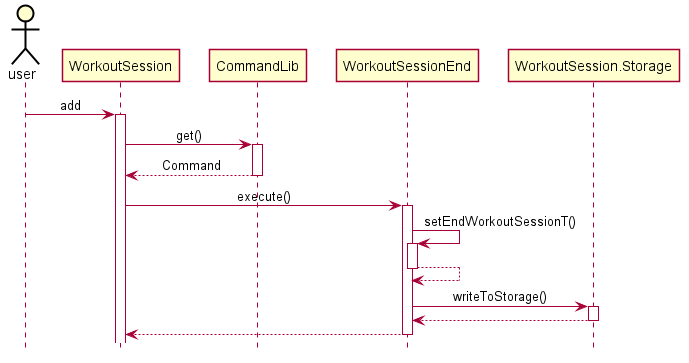
Above: docs/pictures/jinyang/WorkoutSessionEnd.png in zsk612/tp (PlantUML), before the change. Source of this version:
```plantuml
@startuml





skinparam Class {
    FontColor #FFFFFF
    BorderThickness 1
    BorderColor #FFFFFF
    StereotypeFontColor #FFFFFF
    FontName Arial
}

skinparam Actor {
    BorderColor #000000
    Color #000000
    FontName Arial
}

skinparam Sequence {
    MessageAlign center
    BoxFontSize 13
    BoxPadding 0
    BoxFontColor #FFFFFF
    FontName Arial
}

skinparam Participant {
    Padding 20
}

skinparam MinClassWidth 50
skinparam ParticipantPadding 10
skinparam Shadowing false
skinparam DefaultTextAlignment center
skinparam packageStyle Rectangle
skinparam BackgroundColor #FFFFFFF

hide footbox
hide members
hide circle

actor user
user -> WorkoutSession : add
activate WorkoutSession

WorkoutSession -> CommandLib : get()
activate CommandLib
CommandLib --> WorkoutSession : Command
deactivate CommandLib

WorkoutSession -> WorkoutSessionEnd : execute()
activate WorkoutSessionEnd
WorkoutSessionEnd-> WorkoutSessionEnd : setEndWorkoutSessionT()
activate WorkoutSessionEnd
WorkoutSessionEnd --> WorkoutSessionEnd
deactivate WorkoutSessionEnd
WorkoutSessionEnd -> WorkoutSession.Storage : writeToStorage()
activate WorkoutSession.Storage
WorkoutSession.Storage --> WorkoutSessionEnd
deactivate WorkoutSession.Storage

WorkoutSessionEnd --> WorkoutSession
deactivate WorkoutSessionEnd
@enduml
```
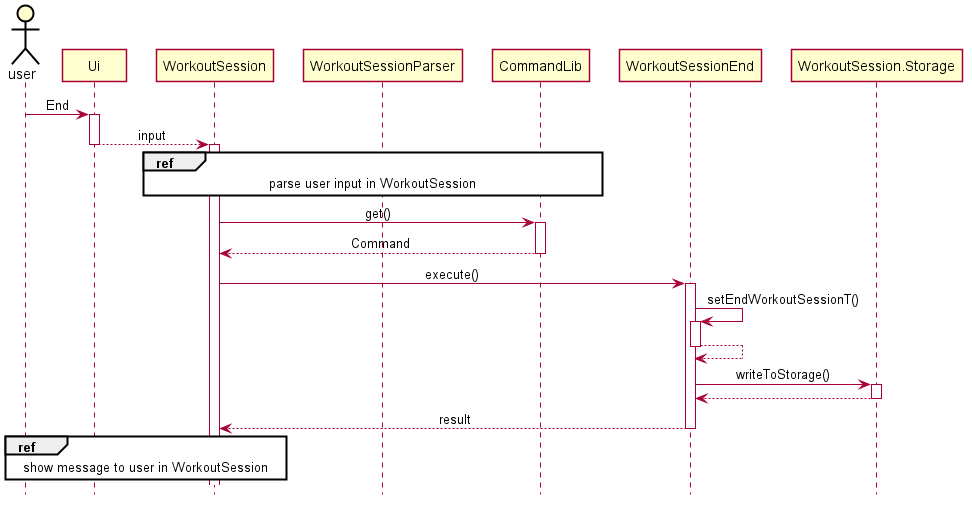
Later version of the same file.

Change to the diagram source:
```diff
@@ -42,8 +42,12 @@
 hide circle
 
 actor user
-user -> WorkoutSession : add
+user -> Ui++ : End
+Ui --> WorkoutSession -- : input
+
 activate WorkoutSession
+
+ref over WorkoutSession, WorkoutSessionParser, CommandLib: parse user input in WorkoutSession
 
 WorkoutSession -> CommandLib : get()
 activate CommandLib
@@ -61,6 +65,8 @@
 WorkoutSession.Storage --> WorkoutSessionEnd
 deactivate WorkoutSession.Storage
 
-WorkoutSessionEnd --> WorkoutSession
+WorkoutSessionEnd --> WorkoutSession : result
 deactivate WorkoutSessionEnd
+
+ref over WorkoutSession, Ui, user: show message to user in WorkoutSession
 @enduml
```
